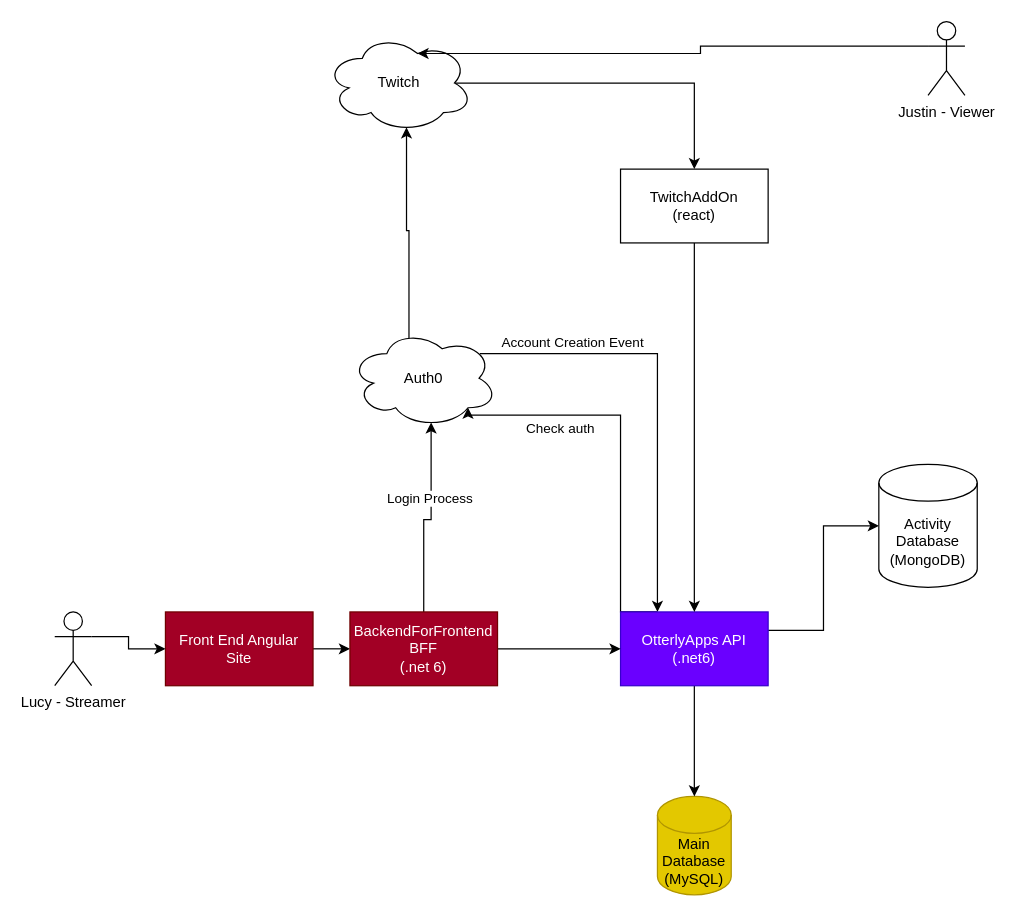
FictionalAroma/OtterlyApps keeps this draw.io diagram as page "Page-1" (1 of 2) of OtterlyAppsBaseDesign.drawio. Above is the earlier version. Source tidied: cells renumbered, new cells numbered last; positions are measured from the earlier drawing's top-left corner, leaving out a move shared by most shapes. Both pictures are drawn from the tidied source at 123%, with x=0, y=0 at pixel (54, 21).
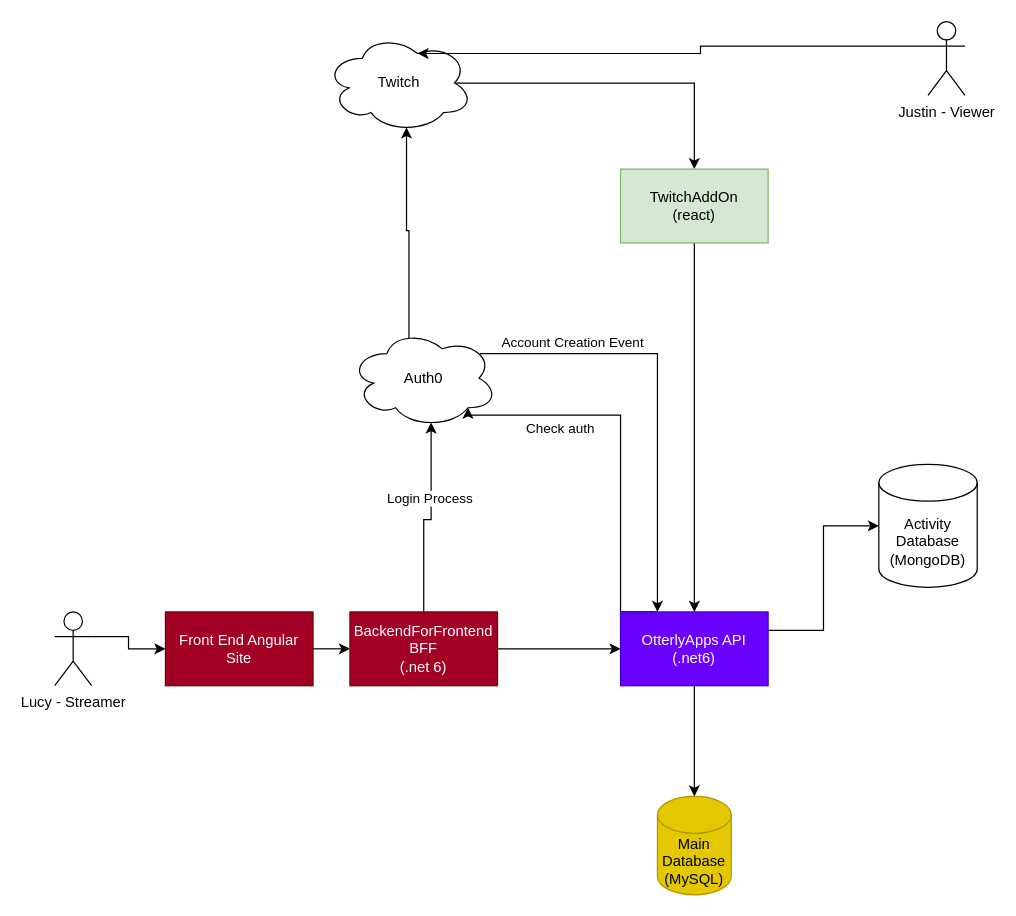
The same page after the edit.

The edit, as a diff of the source:
```diff
@@
-    <mxCell id="25" value="TwitchAddOn&lt;br&gt;(react)" style="rounded=0;whiteSpace=wrap;html=1;" parent="1" vertex="1">
+    <mxCell id="25" value="TwitchAddOn&lt;br&gt;(react)" style="rounded=0;whiteSpace=wrap;html=1;fillColor=#d5e8d4;strokeColor=#82b366;" parent="1" vertex="1">
       <mxGeometry x="460" y="120" width="120" height="60" as="geometry" />
     </mxCell>
```
